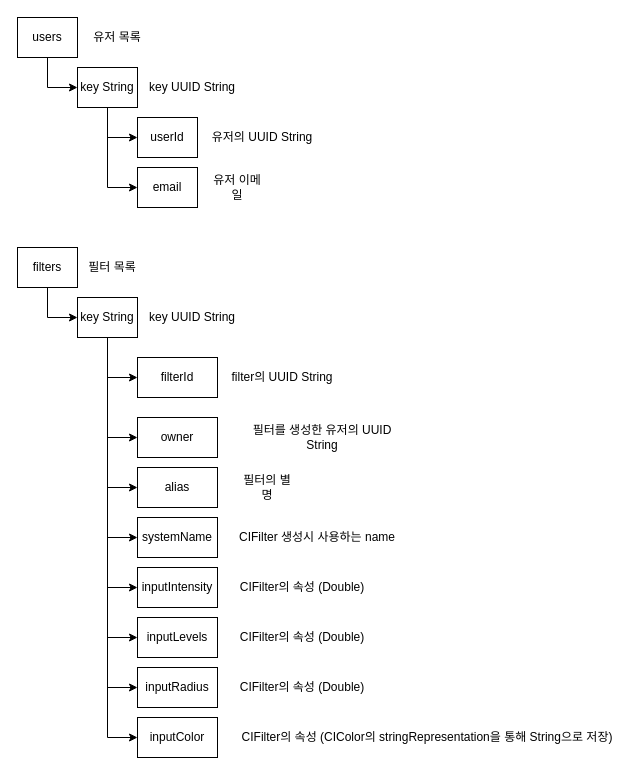
Earlier version of the draw.io diagram SimpleCameraApp.drawio (shintwelv/SimpleCameraFilterApp). Source tidied: cells renumbered, new cells numbered last; positions are measured from the earlier drawing's top-left corner, leaving out a move shared by most shapes. Both pictures are drawn from the tidied source at 100%, with x=0, y=0 at pixel (17, 17).
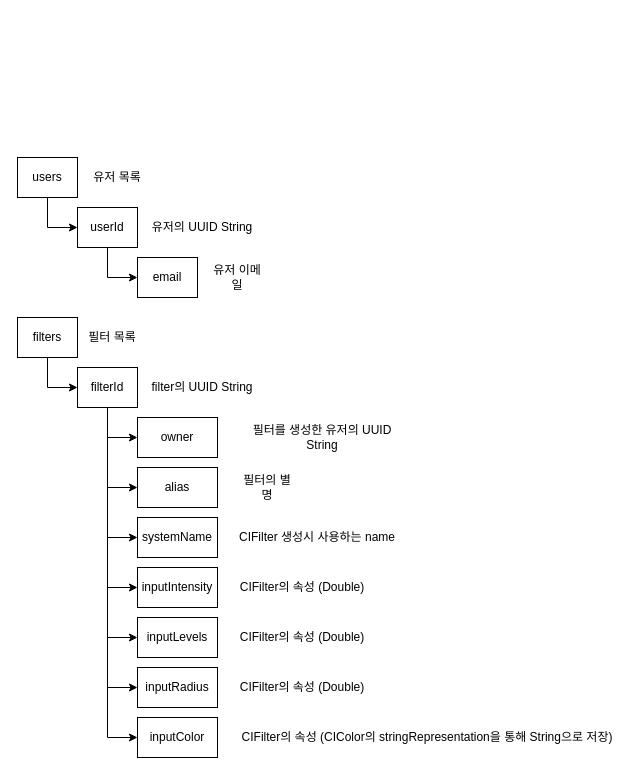
After the change.

What changed in the source:
```diff
@@
     <mxCell id="3" value="users" style="rounded=0;whiteSpace=wrap;html=1;" parent="1" vertex="1">
-      <mxGeometry width="60" height="40" as="geometry" />
+      <mxGeometry y="140" width="60" height="40" as="geometry" />
     </mxCell>
-    <mxCell id="4" value="userId" style="rounded=0;whiteSpace=wrap;html=1;" parent="1" vertex="1">
-      <mxGeometry x="120" y="100" width="60" height="40" as="geometry" />
-    </mxCell>
     <mxCell id="5" value="email" style="rounded=0;whiteSpace=wrap;html=1;" parent="1" vertex="1">
-      <mxGeometry x="120" y="150" width="60" height="40" as="geometry" />
+      <mxGeometry x="120" y="240" width="60" height="40" as="geometry" />
     </mxCell>
-    <mxCell id="6" value="유저의 UUID String" style="text;html=1;strokeColor=none;fillColor=none;align=center;verticalAlign=middle;whiteSpace=wrap;rounded=0;" parent="1" vertex="1">
-      <mxGeometry x="190" y="105" width="110" height="30" as="geometry" />
-    </mxCell>
     <mxCell id="7" value="유저 목록" style="text;html=1;strokeColor=none;fillColor=none;align=center;verticalAlign=middle;whiteSpace=wrap;rounded=0;" parent="1" vertex="1">
-      <mxGeometry x="70" y="5" width="60" height="30" as="geometry" />
+      <mxGeometry x="70" y="145" width="60" height="30" as="geometry" />
     </mxCell>
     <mxCell id="8" value="유저 이메일" style="text;html=1;strokeColor=none;fillColor=none;align=center;verticalAlign=middle;whiteSpace=wrap;rounded=0;" parent="1" vertex="1">
-      <mxGeometry x="190" y="155" width="60" height="30" as="geometry" />
+      <mxGeometry x="190" y="245" width="60" height="30" as="geometry" />
     </mxCell>
-    <mxCell id="9" style="edgeStyle=orthogonalEdgeStyle;rounded=0;jettySize=auto;html=1;exitX=0.5;exitY=1;exitDx=0;exitDy=0;entryX=0;entryY=0.5;entryDx=0;entryDy=0;" parent="1" edge="1" source="17" target="18">
-      <mxGeometry relative="1" as="geometry" />
-    </mxCell>
@@
-    <mxCell id="17" value="key String" style="rounded=0;whiteSpace=wrap;html=1;" parent="1" vertex="1">
-      <mxGeometry x="60" y="280" width="60" height="40" as="geometry" />
+    <mxCell id="17" value="filterId" style="rounded=0;whiteSpace=wrap;html=1;" parent="1" vertex="1">
+      <mxGeometry x="60" y="350" width="60" height="40" as="geometry" />
     </mxCell>
-    <mxCell id="18" value="filterId" style="rounded=0;whiteSpace=wrap;html=1;" parent="1" vertex="1">
-      <mxGeometry x="120" y="340" width="80" height="40" as="geometry" />
-    </mxCell>
@@
-    <mxCell id="31" value="key UUID String" style="text;html=1;strokeColor=none;fillColor=none;align=center;verticalAlign=middle;whiteSpace=wrap;rounded=0;" parent="1" vertex="1">
-      <mxGeometry x="130" y="285" width="90" height="30" as="geometry" />
-    </mxCell>
-    <mxCell id="32" value="filter의 UUID String" style="text;html=1;strokeColor=none;fillColor=none;align=center;verticalAlign=middle;whiteSpace=wrap;rounded=0;" parent="1" vertex="1">
-      <mxGeometry x="210" y="345" width="110" height="30" as="geometry" />
-    </mxCell>
@@
-    <mxCell id="35" style="edgeStyle=orthogonalEdgeStyle;rounded=0;jettySize=auto;html=1;entryX=0;entryY=0.5;entryDx=0;entryDy=0;" parent="1" edge="1" source="37" target="4">
-      <mxGeometry relative="1" as="geometry" />
-    </mxCell>
@@
-    <mxCell id="37" value="key String" style="rounded=0;whiteSpace=wrap;html=1;" parent="1" vertex="1">
-      <mxGeometry x="60" y="50" width="60" height="40" as="geometry" />
+    <mxCell id="37" value="userId" style="rounded=0;whiteSpace=wrap;html=1;" parent="1" vertex="1">
+      <mxGeometry x="60" y="190" width="60" height="40" as="geometry" />
     </mxCell>
-    <mxCell id="38" value="key UUID String" style="text;html=1;strokeColor=none;fillColor=none;align=center;verticalAlign=middle;whiteSpace=wrap;rounded=0;" parent="1" vertex="1">
-      <mxGeometry x="130" y="55" width="90" height="30" as="geometry" />
+    <mxCell id="38" value="유저의 UUID String" style="text;html=1;strokeColor=none;fillColor=none;align=center;verticalAlign=middle;whiteSpace=wrap;rounded=0;" parent="1" vertex="1">
+      <mxGeometry x="130" y="195" width="110" height="30" as="geometry" />
     </mxCell>
@@
     <mxCell id="40" value="filters" style="rounded=0;whiteSpace=wrap;html=1;" parent="1" vertex="1">
-      <mxGeometry y="230" width="60" height="40" as="geometry" />
+      <mxGeometry y="300" width="60" height="40" as="geometry" />
     </mxCell>
     <mxCell id="41" value="필터 목록" style="text;html=1;strokeColor=none;fillColor=none;align=center;verticalAlign=middle;whiteSpace=wrap;rounded=0;" parent="1" vertex="1">
-      <mxGeometry x="70" y="235" width="50" height="30" as="geometry" />
+      <mxGeometry x="70" y="305" width="50" height="30" as="geometry" />
     </mxCell>
+    <mxCell id="32" value="filter의 UUID String" style="text;html=1;strokeColor=none;fillColor=none;align=center;verticalAlign=middle;whiteSpace=wrap;rounded=0;" parent="1" vertex="1">
+      <mxGeometry x="130" y="355" width="110" height="30" as="geometry" />
+    </mxCell>
```
